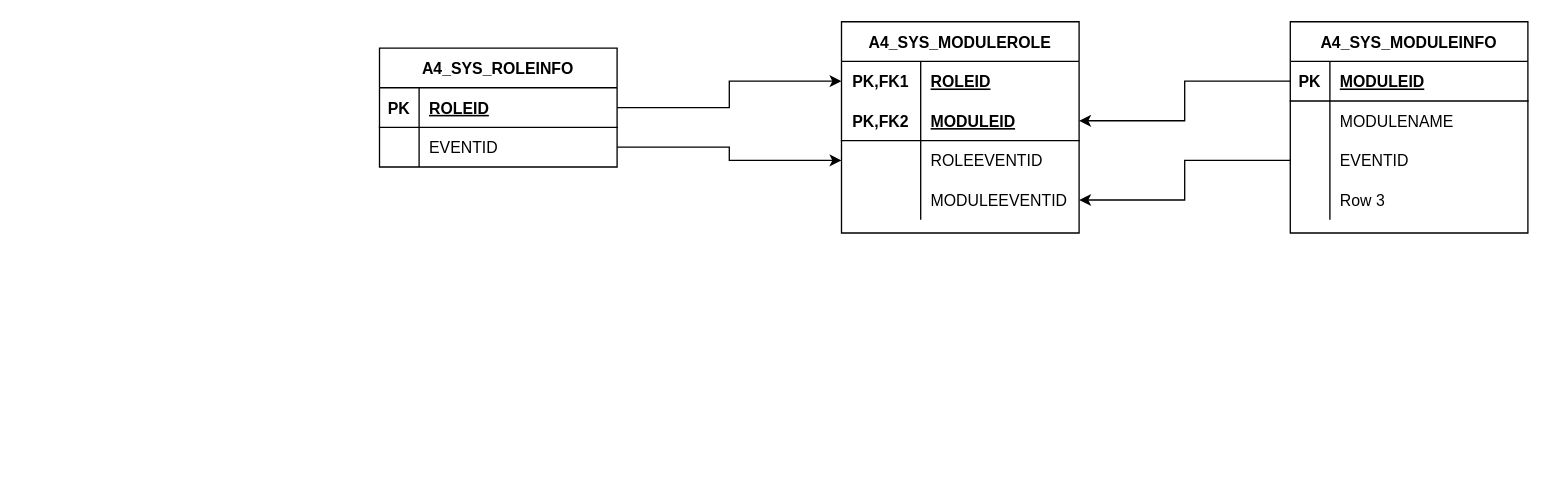
Before: Untitled Diagram.drawio in dsdTxx/DataStructAndAlgorithm, a draw.io diagram. Source tidied: cells renumbered, new cells numbered last; positions are measured from the earlier drawing's top-left corner, leaving out a move shared by most shapes. Both pictures are drawn from the tidied source at 132%, with x=0, y=0 at pixel (379, 21).
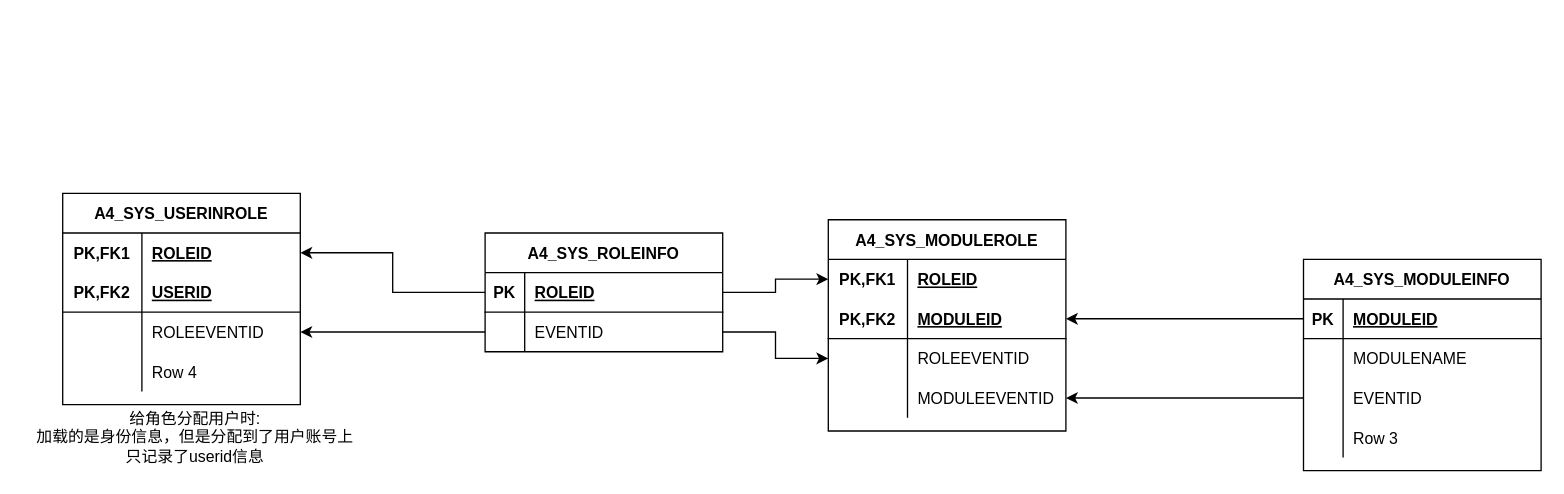
After the change.

The change refers to these unchanged cells:
```xml
<mxCell id="3" style="shape=partialRectangle;fillColor=none;top=0;left=0;bottom=1;right=0;points=[[0,0.5],[1,0.5]];portConstraint=eastwest;" parent="2" vertex="1">
  <mxGeometry y="30" width="180" height="30" as="geometry" />
</mxCell>
<mxCell id="6" style="shape=partialRectangle;fillColor=none;top=0;left=0;bottom=0;right=0;points=[[0,0.5],[1,0.5]];portConstraint=eastwest;" parent="2" vertex="1">
  <mxGeometry y="60" width="180" height="30" as="geometry" />
</mxCell>
<mxCell id="10" style="shape=partialRectangle;fillColor=none;top=0;left=0;bottom=0;right=0;points=[[0,0.5],[1,0.5]];portConstraint=eastwest;" parent="9" vertex="1">
  <mxGeometry y="30" width="180" height="30" as="geometry" />
</mxCell>
```

What changed in the source:
```diff
@@
     <mxCell id="2" value="A4_SYS_ROLEINFO" style="shape=table;startSize=30;childLayout=tableLayout;rowLines=0;fontStyle=1;align=center;" parent="1" vertex="1">
-      <mxGeometry y="20" width="180" height="90" as="geometry" />
+      <mxGeometry x="80" y="160" width="180" height="90" as="geometry" />
     </mxCell>
@@
     <mxCell id="9" value="A4_SYS_MODULEROLE" style="shape=table;startSize=30;childLayout=tableLayout;rowLines=0;fontStyle=1;align=center;" parent="1" vertex="1">
-      <mxGeometry x="350" width="180" height="160" as="geometry" />
+      <mxGeometry x="340" y="150" width="180" height="160" as="geometry" />
     </mxCell>
@@
-    <mxCell id="22" style="edgeStyle=orthogonalEdgeStyle;rounded=0;jettySize=auto;html=1;exitX=1;exitY=0.5;exitDx=0;exitDy=0;" parent="1" edge="1" source="3" target="10">
-      <mxGeometry relative="1" as="geometry" />
-    </mxCell>
@@
     <mxCell id="24" value="A4_SYS_MODULEINFO" style="shape=table;startSize=30;childLayout=tableLayout;rowLines=0;fontStyle=1;align=center;" parent="1" vertex="1">
-      <mxGeometry x="690" width="180" height="160" as="geometry" />
+      <mxGeometry x="700" y="180" width="180" height="160" as="geometry" />
     </mxCell>
@@
+    <mxCell id="39" value="A4_SYS_USERINROLE" style="shape=table;startSize=30;childLayout=tableLayout;rowLines=0;fontStyle=1;align=center;" parent="1" vertex="1">
+      <mxGeometry x="-240" y="130" width="180" height="160" as="geometry" />
+    </mxCell>
+    <mxCell id="40" style="shape=partialRectangle;fillColor=none;top=0;left=0;bottom=0;right=0;points=[[0,0.5],[1,0.5]];portConstraint=eastwest;" parent="39" vertex="1">
+      <mxGeometry y="30" width="180" height="30" as="geometry" />
+    </mxCell>
+    <mxCell id="41" value="PK,FK1" style="shape=partialRectangle;fillColor=none;top=0;left=0;bottom=0;right=0;fontStyle=1;overflow=hidden;" parent="40" vertex="1">
+      <mxGeometry width="60" height="30" as="geometry" />
+    </mxCell>
+    <mxCell id="42" value="ROLEID" style="shape=partialRectangle;fillColor=none;top=0;left=0;bottom=0;right=0;align=left;spacingLeft=6;fontStyle=5;overflow=hidden;" parent="40" vertex="1">
+      <mxGeometry x="60" width="120" height="30" as="geometry" />
+    </mxCell>
+    <mxCell id="43" style="shape=partialRectangle;fillColor=none;top=0;left=0;bottom=1;right=0;" parent="39" vertex="1">
+      <mxGeometry y="60" width="180" height="30" as="geometry" />
+    </mxCell>
+    <mxCell id="44" value="PK,FK2" style="shape=partialRectangle;fillColor=none;top=0;left=0;bottom=0;right=0;fontStyle=1;overflow=hidden;" parent="43" vertex="1">
+      <mxGeometry width="60" height="30" as="geometry" />
+    </mxCell>
+    <mxCell id="45" value="USERID" style="shape=partialRectangle;fillColor=none;top=0;left=0;bottom=0;right=0;align=left;spacingLeft=6;fontStyle=5;overflow=hidden;" parent="43" vertex="1">
+      <mxGeometry x="60" width="120" height="30" as="geometry" />
+    </mxCell>
+    <mxCell id="46" style="shape=partialRectangle;fillColor=none;top=0;left=0;bottom=0;right=0;points=[[0,0.5],[1,0.5]];portConstraint=eastwest;" parent="39" vertex="1">
+      <mxGeometry y="90" width="180" height="30" as="geometry" />
+    </mxCell>
+    <mxCell id="47" style="shape=partialRectangle;fillColor=none;top=0;left=0;bottom=0;right=0;overflow=hidden;" parent="46" vertex="1">
+      <mxGeometry width="60" height="30" as="geometry" />
+    </mxCell>
+    <mxCell id="48" value="ROLEEVENTID" style="shape=partialRectangle;fillColor=none;top=0;left=0;bottom=0;right=0;align=left;spacingLeft=6;overflow=hidden;" parent="46" vertex="1">
+      <mxGeometry x="60" width="120" height="30" as="geometry" />
+    </mxCell>
+    <mxCell id="49" style="shape=partialRectangle;fillColor=none;top=0;left=0;bottom=0;right=0;" parent="39" vertex="1">
+      <mxGeometry y="120" width="180" height="30" as="geometry" />
+    </mxCell>
+    <mxCell id="50" style="shape=partialRectangle;fillColor=none;top=0;left=0;bottom=0;right=0;overflow=hidden;" parent="49" vertex="1">
+      <mxGeometry width="60" height="30" as="geometry" />
+    </mxCell>
+    <mxCell id="51" value="Row 4" style="shape=partialRectangle;fillColor=none;top=0;left=0;bottom=0;right=0;align=left;spacingLeft=6;overflow=hidden;" parent="49" vertex="1">
+      <mxGeometry x="60" width="120" height="30" as="geometry" />
+    </mxCell>
+    <mxCell id="22" style="edgeStyle=orthogonalEdgeStyle;rounded=0;jettySize=auto;html=1;exitX=1;exitY=0.5;exitDx=0;exitDy=0;entryX=0;entryY=0.5;entryDx=0;entryDy=0;" parent="1" edge="1" source="3" target="10">
+      <mxGeometry relative="1" as="geometry" />
+    </mxCell>
+    <mxCell id="52" style="edgeStyle=orthogonalEdgeStyle;rounded=0;jettySize=auto;html=1;exitX=0;exitY=0.5;exitDx=0;exitDy=0;entryX=1;entryY=0.5;entryDx=0;entryDy=0;" parent="1" edge="1" source="3" target="40">
+      <mxGeometry relative="1" as="geometry" />
+    </mxCell>
+    <mxCell id="53" style="edgeStyle=orthogonalEdgeStyle;rounded=0;jettySize=auto;html=1;exitX=0;exitY=0.5;exitDx=0;exitDy=0;" parent="1" edge="1" source="6" target="46">
+      <mxGeometry relative="1" as="geometry" />
+    </mxCell>
+    <mxCell id="54" value="给角色分配用户时:&lt;br&gt;加载的是身份信息，但是分配到了用户账号上&lt;br&gt;只记录了userid信息&lt;br&gt;" style="text;html=1;align=center;verticalAlign=middle;fillColor=none;strokeColor=none;rounded=0;" parent="1" vertex="1">
+      <mxGeometry x="-270" y="290" width="260" height="50" as="geometry" />
+    </mxCell>
```
